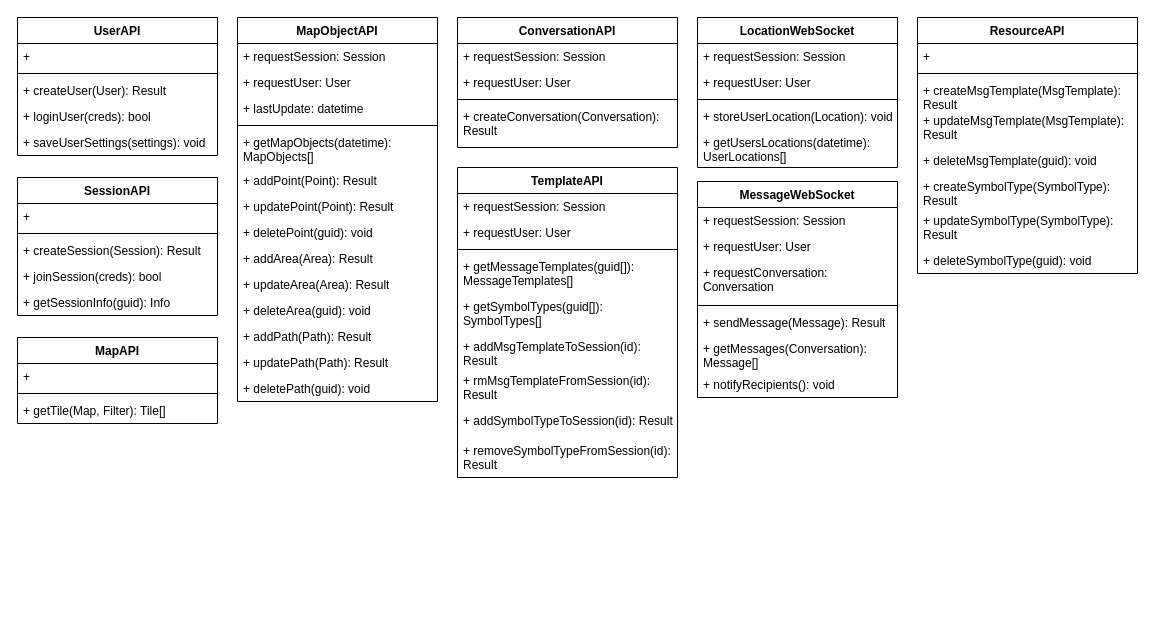
Revarin/dp24-milapp-perina keeps this draw.io diagram as doc/design/server_api.drawio. Above is the earlier version. Source tidied: cells renumbered, new cells numbered last; positions are measured from the earlier drawing's top-left corner, leaving out a move shared by most shapes. Both pictures are drawn from the tidied source at 100%, with x=0, y=0 at pixel (17, 17).
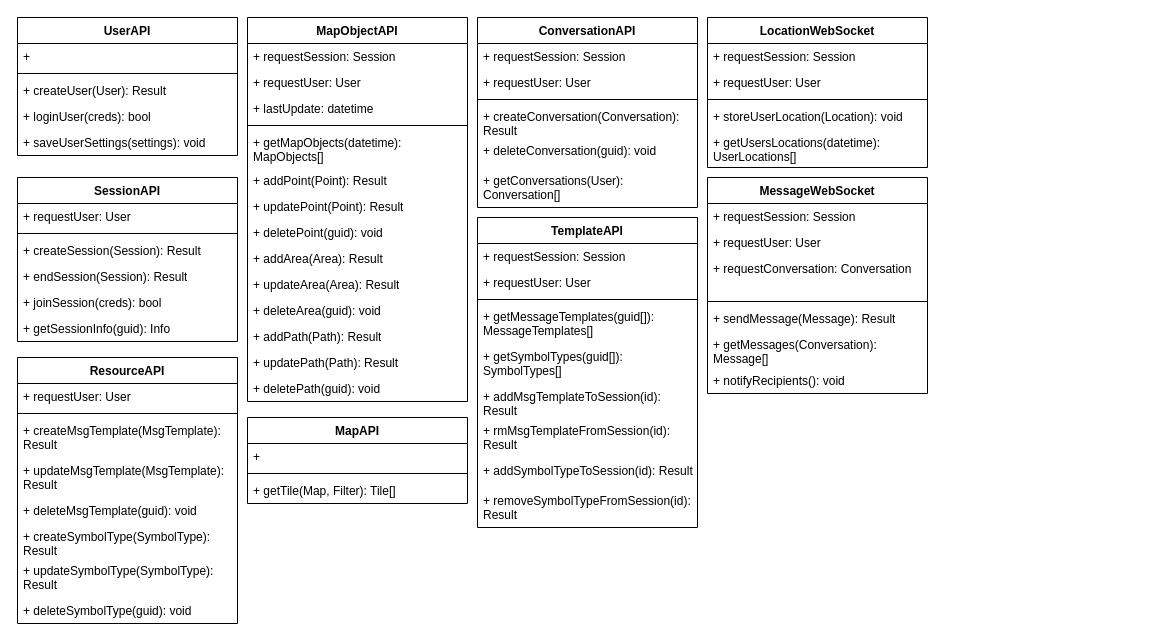
The same page after the edit.

Diff of the diagram source:
```diff
@@
     <mxCell id="2" value="SessionAPI" style="swimlane;fontStyle=1;align=center;verticalAlign=top;horizontal=1;startSize=26;whiteSpace=wrap;html=1;" parent="1" vertex="1">
-      <mxGeometry y="160" width="200" height="138" as="geometry" />
+      <mxGeometry y="160" width="220" height="164" as="geometry" />
     </mxCell>
-    <mxCell id="3" value="+&amp;nbsp;" style="text;strokeColor=none;fillColor=none;align=left;verticalAlign=top;spacingLeft=4;spacingRight=4;overflow=hidden;whiteSpace=wrap;html=1;" parent="2" vertex="1">
-      <mxGeometry y="26" width="200" height="26" as="geometry" />
+    <mxCell id="3" value="+ requestUser: User" style="text;strokeColor=none;fillColor=none;align=left;verticalAlign=top;spacingLeft=4;spacingRight=4;overflow=hidden;whiteSpace=wrap;html=1;" parent="2" vertex="1">
+      <mxGeometry y="26" width="220" height="26" as="geometry" />
     </mxCell>
     <mxCell id="4" style="line;strokeWidth=1;fillColor=none;align=left;verticalAlign=middle;spacingTop=-1;spacingLeft=3;spacingRight=3;labelPosition=right;strokeColor=inherit;" parent="2" vertex="1">
-      <mxGeometry y="52" width="200" height="8" as="geometry" />
+      <mxGeometry y="52" width="220" height="8" as="geometry" />
     </mxCell>
     <mxCell id="5" value="+ createSession(Session): Result" style="text;strokeColor=none;fillColor=none;align=left;verticalAlign=top;spacingLeft=4;spacingRight=4;overflow=hidden;whiteSpace=wrap;html=1;" parent="2" vertex="1">
-      <mxGeometry y="60" width="200" height="26" as="geometry" />
+      <mxGeometry y="60" width="220" height="26" as="geometry" />
     </mxCell>
+    <mxCell id="71" value="+ endSession(Session): Result" style="text;strokeColor=none;fillColor=none;align=left;verticalAlign=top;spacingLeft=4;spacingRight=4;overflow=hidden;whiteSpace=wrap;html=1;" parent="2" vertex="1">
+      <mxGeometry y="86" width="220" height="26" as="geometry" />
+    </mxCell>
     <mxCell id="6" value="+ joinSession(creds): bool" style="text;strokeColor=none;fillColor=none;align=left;verticalAlign=top;spacingLeft=4;spacingRight=4;overflow=hidden;whiteSpace=wrap;html=1;" parent="2" vertex="1">
-      <mxGeometry y="86" width="200" height="26" as="geometry" />
+      <mxGeometry y="112" width="220" height="26" as="geometry" />
     </mxCell>
     <mxCell id="7" value="+ getSessionInfo(guid): Info" style="text;strokeColor=none;fillColor=none;align=left;verticalAlign=top;spacingLeft=4;spacingRight=4;overflow=hidden;whiteSpace=wrap;html=1;" parent="2" vertex="1">
-      <mxGeometry y="112" width="200" height="26" as="geometry" />
+      <mxGeometry y="138" width="220" height="26" as="geometry" />
     </mxCell>
     <mxCell id="8" value="UserAPI" style="swimlane;fontStyle=1;align=center;verticalAlign=top;horizontal=1;startSize=26;whiteSpace=wrap;html=1;" parent="1" vertex="1">
-      <mxGeometry width="200" height="138" as="geometry" />
+      <mxGeometry width="220" height="138" as="geometry" />
     </mxCell>
     <mxCell id="9" value="+&amp;nbsp;" style="text;strokeColor=none;fillColor=none;align=left;verticalAlign=top;spacingLeft=4;spacingRight=4;overflow=hidden;whiteSpace=wrap;html=1;" parent="8" vertex="1">
-      <mxGeometry y="26" width="200" height="26" as="geometry" />
+      <mxGeometry y="26" width="220" height="26" as="geometry" />
     </mxCell>
     <mxCell id="10" style="line;strokeWidth=1;fillColor=none;align=left;verticalAlign=middle;spacingTop=-1;spacingLeft=3;spacingRight=3;labelPosition=right;strokeColor=inherit;" parent="8" vertex="1">
-      <mxGeometry y="52" width="200" height="8" as="geometry" />
+      <mxGeometry y="52" width="220" height="8" as="geometry" />
     </mxCell>
     <mxCell id="11" value="+ createUser(User): Result" style="text;strokeColor=none;fillColor=none;align=left;verticalAlign=top;spacingLeft=4;spacingRight=4;overflow=hidden;whiteSpace=wrap;html=1;" parent="8" vertex="1">
-      <mxGeometry y="60" width="200" height="26" as="geometry" />
+      <mxGeometry y="60" width="220" height="26" as="geometry" />
     </mxCell>
     <mxCell id="12" value="+ loginUser(creds): bool" style="text;strokeColor=none;fillColor=none;align=left;verticalAlign=top;spacingLeft=4;spacingRight=4;overflow=hidden;whiteSpace=wrap;html=1;" parent="8" vertex="1">
-      <mxGeometry y="86" width="200" height="26" as="geometry" />
+      <mxGeometry y="86" width="220" height="26" as="geometry" />
     </mxCell>
     <mxCell id="13" value="+ saveUserSettings(settings): void" style="text;strokeColor=none;fillColor=none;align=left;verticalAlign=top;spacingLeft=4;spacingRight=4;overflow=hidden;whiteSpace=wrap;html=1;" parent="8" vertex="1">
-      <mxGeometry y="112" width="200" height="26" as="geometry" />
+      <mxGeometry y="112" width="220" height="26" as="geometry" />
     </mxCell>
     <mxCell id="14" value="LocationWebSocket" style="swimlane;fontStyle=1;align=center;verticalAlign=top;horizontal=1;startSize=26;whiteSpace=wrap;html=1;" parent="1" vertex="1">
-      <mxGeometry x="680" width="200" height="150" as="geometry" />
+      <mxGeometry x="690" width="220" height="150" as="geometry" />
     </mxCell>
     <mxCell id="15" value="+ requestSession: Session" style="text;strokeColor=none;fillColor=none;align=left;verticalAlign=top;spacingLeft=4;spacingRight=4;overflow=hidden;whiteSpace=wrap;html=1;" parent="14" vertex="1">
-      <mxGeometry y="26" width="200" height="26" as="geometry" />
+      <mxGeometry y="26" width="220" height="26" as="geometry" />
     </mxCell>
     <mxCell id="16" value="+ requestUser: User" style="text;strokeColor=none;fillColor=none;align=left;verticalAlign=top;spacingLeft=4;spacingRight=4;overflow=hidden;whiteSpace=wrap;html=1;" parent="14" vertex="1">
-      <mxGeometry y="52" width="200" height="26" as="geometry" />
+      <mxGeometry y="52" width="220" height="26" as="geometry" />
     </mxCell>
     <mxCell id="17" style="line;strokeWidth=1;fillColor=none;align=left;verticalAlign=middle;spacingTop=-1;spacingLeft=3;spacingRight=3;labelPosition=right;strokeColor=inherit;" parent="14" vertex="1">
-      <mxGeometry y="78" width="200" height="8" as="geometry" />
+      <mxGeometry y="78" width="220" height="8" as="geometry" />
     </mxCell>
     <mxCell id="18" value="+ storeUserLocation(Location): void" style="text;strokeColor=none;fillColor=none;align=left;verticalAlign=top;spacingLeft=4;spacingRight=4;overflow=hidden;whiteSpace=wrap;html=1;" parent="14" vertex="1">
-      <mxGeometry y="86" width="200" height="26" as="geometry" />
+      <mxGeometry y="86" width="220" height="26" as="geometry" />
     </mxCell>
     <mxCell id="19" value="+ getUsersLocations(datetime): UserLocations[]" style="text;strokeColor=none;fillColor=none;align=left;verticalAlign=top;spacingLeft=4;spacingRight=4;overflow=hidden;whiteSpace=wrap;html=1;" parent="14" vertex="1">
-      <mxGeometry y="112" width="200" height="38" as="geometry" />
+      <mxGeometry y="112" width="220" height="38" as="geometry" />
     </mxCell>
     <mxCell id="20" value="MapObjectAPI" style="swimlane;fontStyle=1;align=center;verticalAlign=top;horizontal=1;startSize=26;whiteSpace=wrap;html=1;" parent="1" vertex="1">
-      <mxGeometry x="220" width="200" height="384" as="geometry" />
+      <mxGeometry x="230" width="220" height="384" as="geometry" />
     </mxCell>
     <mxCell id="21" value="+ requestSession: Session" style="text;strokeColor=none;fillColor=none;align=left;verticalAlign=top;spacingLeft=4;spacingRight=4;overflow=hidden;whiteSpace=wrap;html=1;" parent="20" vertex="1">
-      <mxGeometry y="26" width="200" height="26" as="geometry" />
+      <mxGeometry y="26" width="220" height="26" as="geometry" />
     </mxCell>
     <mxCell id="22" value="+ requestUser: User" style="text;strokeColor=none;fillColor=none;align=left;verticalAlign=top;spacingLeft=4;spacingRight=4;overflow=hidden;whiteSpace=wrap;html=1;" parent="20" vertex="1">
-      <mxGeometry y="52" width="200" height="26" as="geometry" />
+      <mxGeometry y="52" width="220" height="26" as="geometry" />
     </mxCell>
     <mxCell id="23" value="+ lastUpdate: datetime" style="text;strokeColor=none;fillColor=none;align=left;verticalAlign=top;spacingLeft=4;spacingRight=4;overflow=hidden;whiteSpace=wrap;html=1;" parent="20" vertex="1">
-      <mxGeometry y="78" width="200" height="26" as="geometry" />
+      <mxGeometry y="78" width="220" height="26" as="geometry" />
     </mxCell>
     <mxCell id="24" style="line;strokeWidth=1;fillColor=none;align=left;verticalAlign=middle;spacingTop=-1;spacingLeft=3;spacingRight=3;labelPosition=right;strokeColor=inherit;" parent="20" vertex="1">
-      <mxGeometry y="104" width="200" height="8" as="geometry" />
+      <mxGeometry y="104" width="220" height="8" as="geometry" />
     </mxCell>
     <mxCell id="25" value="+ getMapObjects(datetime): MapObjects[]" style="text;strokeColor=none;fillColor=none;align=left;verticalAlign=top;spacingLeft=4;spacingRight=4;overflow=hidden;whiteSpace=wrap;html=1;" parent="20" vertex="1">
-      <mxGeometry y="112" width="200" height="38" as="geometry" />
+      <mxGeometry y="112" width="220" height="38" as="geometry" />
     </mxCell>
     <mxCell id="26" value="+ addPoint(Point): Result" style="text;strokeColor=none;fillColor=none;align=left;verticalAlign=top;spacingLeft=4;spacingRight=4;overflow=hidden;whiteSpace=wrap;html=1;" parent="20" vertex="1">
-      <mxGeometry y="150" width="200" height="26" as="geometry" />
+      <mxGeometry y="150" width="220" height="26" as="geometry" />
     </mxCell>
     <mxCell id="27" value="+ updatePoint(Point): Result" style="text;strokeColor=none;fillColor=none;align=left;verticalAlign=top;spacingLeft=4;spacingRight=4;overflow=hidden;whiteSpace=wrap;html=1;" parent="20" vertex="1">
-      <mxGeometry y="176" width="200" height="26" as="geometry" />
+      <mxGeometry y="176" width="220" height="26" as="geometry" />
     </mxCell>
     <mxCell id="28" value="+ deletePoint(guid): void" style="text;strokeColor=none;fillColor=none;align=left;verticalAlign=top;spacingLeft=4;spacingRight=4;overflow=hidden;whiteSpace=wrap;html=1;" parent="20" vertex="1">
-      <mxGeometry y="202" width="200" height="26" as="geometry" />
+      <mxGeometry y="202" width="220" height="26" as="geometry" />
     </mxCell>
     <mxCell id="29" value="+ addArea(Area): Result" style="text;strokeColor=none;fillColor=none;align=left;verticalAlign=top;spacingLeft=4;spacingRight=4;overflow=hidden;whiteSpace=wrap;html=1;" parent="20" vertex="1">
-      <mxGeometry y="228" width="200" height="26" as="geometry" />
+      <mxGeometry y="228" width="220" height="26" as="geometry" />
     </mxCell>
     <mxCell id="30" value="+ updateArea(Area): Result" style="text;strokeColor=none;fillColor=none;align=left;verticalAlign=top;spacingLeft=4;spacingRight=4;overflow=hidden;whiteSpace=wrap;html=1;" parent="20" vertex="1">
-      <mxGeometry y="254" width="200" height="26" as="geometry" />
+      <mxGeometry y="254" width="220" height="26" as="geometry" />
     </mxCell>
     <mxCell id="31" value="+ deleteArea(guid): void" style="text;strokeColor=none;fillColor=none;align=left;verticalAlign=top;spacingLeft=4;spacingRight=4;overflow=hidden;whiteSpace=wrap;html=1;" parent="20" vertex="1">
-      <mxGeometry y="280" width="200" height="26" as="geometry" />
+      <mxGeometry y="280" width="220" height="26" as="geometry" />
     </mxCell>
     <mxCell id="32" value="+ addPath(Path): Result" style="text;strokeColor=none;fillColor=none;align=left;verticalAlign=top;spacingLeft=4;spacingRight=4;overflow=hidden;whiteSpace=wrap;html=1;" parent="20" vertex="1">
-      <mxGeometry y="306" width="200" height="26" as="geometry" />
+      <mxGeometry y="306" width="220" height="26" as="geometry" />
     </mxCell>
     <mxCell id="33" value="+ updatePath(Path): Result" style="text;strokeColor=none;fillColor=none;align=left;verticalAlign=top;spacingLeft=4;spacingRight=4;overflow=hidden;whiteSpace=wrap;html=1;" parent="20" vertex="1">
-      <mxGeometry y="332" width="200" height="26" as="geometry" />
+      <mxGeometry y="332" width="220" height="26" as="geometry" />
     </mxCell>
     <mxCell id="34" value="+ deletePath(guid): void" style="text;strokeColor=none;fillColor=none;align=left;verticalAlign=top;spacingLeft=4;spacingRight=4;overflow=hidden;whiteSpace=wrap;html=1;" parent="20" vertex="1">
-      <mxGeometry y="358" width="200" height="26" as="geometry" />
+      <mxGeometry y="358" width="220" height="26" as="geometry" />
     </mxCell>
     <mxCell id="35" value="ConversationAPI" style="swimlane;fontStyle=1;align=center;verticalAlign=top;horizontal=1;startSize=26;whiteSpace=wrap;html=1;" parent="1" vertex="1">
-      <mxGeometry x="440" width="220" height="130" as="geometry" />
+      <mxGeometry x="460" width="220" height="190" as="geometry" />
     </mxCell>
@@
     <mxCell id="39" value="+ createConversation(Conversation): Result" style="text;strokeColor=none;fillColor=none;align=left;verticalAlign=top;spacingLeft=4;spacingRight=4;overflow=hidden;whiteSpace=wrap;html=1;" parent="35" vertex="1">
-      <mxGeometry y="86" width="220" height="44" as="geometry" />
+      <mxGeometry y="86" width="220" height="34" as="geometry" />
     </mxCell>
+    <mxCell id="72" value="+ deleteConversation(guid): void" style="text;strokeColor=none;fillColor=none;align=left;verticalAlign=top;spacingLeft=4;spacingRight=4;overflow=hidden;whiteSpace=wrap;html=1;" parent="35" vertex="1">
+      <mxGeometry y="120" width="220" height="30" as="geometry" />
+    </mxCell>
+    <mxCell id="73" value="+ getConversations(User): Conversation[]" style="text;strokeColor=none;fillColor=none;align=left;verticalAlign=top;spacingLeft=4;spacingRight=4;overflow=hidden;whiteSpace=wrap;html=1;" parent="35" vertex="1">
+      <mxGeometry y="150" width="220" height="40" as="geometry" />
+    </mxCell>
     <mxCell id="40" value="MessageWebSocket" style="swimlane;fontStyle=1;align=center;verticalAlign=top;horizontal=1;startSize=26;whiteSpace=wrap;html=1;" parent="1" vertex="1">
-      <mxGeometry x="680" y="164" width="200" height="216" as="geometry" />
+      <mxGeometry x="690" y="160" width="220" height="216" as="geometry" />
     </mxCell>
     <mxCell id="41" value="+ requestSession: Session" style="text;strokeColor=none;fillColor=none;align=left;verticalAlign=top;spacingLeft=4;spacingRight=4;overflow=hidden;whiteSpace=wrap;html=1;" parent="40" vertex="1">
-      <mxGeometry y="26" width="200" height="26" as="geometry" />
+      <mxGeometry y="26" width="220" height="26" as="geometry" />
     </mxCell>
     <mxCell id="42" value="+ requestUser: User" style="text;strokeColor=none;fillColor=none;align=left;verticalAlign=top;spacingLeft=4;spacingRight=4;overflow=hidden;whiteSpace=wrap;html=1;" parent="40" vertex="1">
-      <mxGeometry y="52" width="200" height="26" as="geometry" />
+      <mxGeometry y="52" width="220" height="26" as="geometry" />
     </mxCell>
     <mxCell id="43" value="+ requestConversation: Conversation" style="text;strokeColor=none;fillColor=none;align=left;verticalAlign=top;spacingLeft=4;spacingRight=4;overflow=hidden;whiteSpace=wrap;html=1;" parent="40" vertex="1">
-      <mxGeometry y="78" width="200" height="42" as="geometry" />
+      <mxGeometry y="78" width="220" height="42" as="geometry" />
     </mxCell>
     <mxCell id="44" style="line;strokeWidth=1;fillColor=none;align=left;verticalAlign=middle;spacingTop=-1;spacingLeft=3;spacingRight=3;labelPosition=right;strokeColor=inherit;" parent="40" vertex="1">
-      <mxGeometry y="120" width="200" height="8" as="geometry" />
+      <mxGeometry y="120" width="220" height="8" as="geometry" />
     </mxCell>
     <mxCell id="45" value="+ sendMessage(Message): Result" style="text;strokeColor=none;fillColor=none;align=left;verticalAlign=top;spacingLeft=4;spacingRight=4;overflow=hidden;whiteSpace=wrap;html=1;" parent="40" vertex="1">
-      <mxGeometry y="128" width="200" height="26" as="geometry" />
+      <mxGeometry y="128" width="220" height="26" as="geometry" />
     </mxCell>
     <mxCell id="46" value="+ getMessages(Conversation): Message[]" style="text;strokeColor=none;fillColor=none;align=left;verticalAlign=top;spacingLeft=4;spacingRight=4;overflow=hidden;whiteSpace=wrap;html=1;" parent="40" vertex="1">
-      <mxGeometry y="154" width="200" height="36" as="geometry" />
+      <mxGeometry y="154" width="220" height="36" as="geometry" />
     </mxCell>
     <mxCell id="47" value="+ notifyRecipients(): void" style="text;strokeColor=none;fillColor=none;align=left;verticalAlign=top;spacingLeft=4;spacingRight=4;overflow=hidden;whiteSpace=wrap;html=1;" parent="40" vertex="1">
-      <mxGeometry y="190" width="200" height="26" as="geometry" />
+      <mxGeometry y="190" width="220" height="26" as="geometry" />
     </mxCell>
     <mxCell id="48" value="MapAPI" style="swimlane;fontStyle=1;align=center;verticalAlign=top;horizontal=1;startSize=26;whiteSpace=wrap;html=1;" parent="1" vertex="1">
-      <mxGeometry y="320" width="200" height="86" as="geometry" />
+      <mxGeometry x="230" y="400" width="220" height="86" as="geometry" />
     </mxCell>
     <mxCell id="49" value="+&amp;nbsp;" style="text;strokeColor=none;fillColor=none;align=left;verticalAlign=top;spacingLeft=4;spacingRight=4;overflow=hidden;whiteSpace=wrap;html=1;" parent="48" vertex="1">
-      <mxGeometry y="26" width="200" height="26" as="geometry" />
+      <mxGeometry y="26" width="220" height="26" as="geometry" />
     </mxCell>
     <mxCell id="50" style="line;strokeWidth=1;fillColor=none;align=left;verticalAlign=middle;spacingTop=-1;spacingLeft=3;spacingRight=3;labelPosition=right;strokeColor=inherit;" parent="48" vertex="1">
-      <mxGeometry y="52" width="200" height="8" as="geometry" />
+      <mxGeometry y="52" width="220" height="8" as="geometry" />
     </mxCell>
     <mxCell id="51" value="+ getTile(Map, Filter): Tile[]" style="text;strokeColor=none;fillColor=none;align=left;verticalAlign=top;spacingLeft=4;spacingRight=4;overflow=hidden;whiteSpace=wrap;html=1;" parent="48" vertex="1">
-      <mxGeometry y="60" width="200" height="26" as="geometry" />
+      <mxGeometry y="60" width="220" height="26" as="geometry" />
     </mxCell>
     <mxCell id="52" value="TemplateAPI" style="swimlane;fontStyle=1;align=center;verticalAlign=top;horizontal=1;startSize=26;whiteSpace=wrap;html=1;" parent="1" vertex="1">
-      <mxGeometry x="440" y="150" width="220" height="310" as="geometry" />
+      <mxGeometry x="460" y="200" width="220" height="310" as="geometry" />
     </mxCell>
@@
     <mxCell id="62" value="ResourceAPI" style="swimlane;fontStyle=1;align=center;verticalAlign=top;horizontal=1;startSize=26;whiteSpace=wrap;html=1;" parent="1" vertex="1">
-      <mxGeometry x="900" width="220" height="256" as="geometry" />
+      <mxGeometry y="340" width="220" height="266" as="geometry" />
     </mxCell>
-    <mxCell id="63" value="+&amp;nbsp;" style="text;strokeColor=none;fillColor=none;align=left;verticalAlign=top;spacingLeft=4;spacingRight=4;overflow=hidden;whiteSpace=wrap;html=1;" parent="62" vertex="1">
+    <mxCell id="63" value="+ requestUser: User" style="text;strokeColor=none;fillColor=none;align=left;verticalAlign=top;spacingLeft=4;spacingRight=4;overflow=hidden;whiteSpace=wrap;html=1;" parent="62" vertex="1">
       <mxGeometry y="26" width="220" height="26" as="geometry" />
     </mxCell>
@@
     <mxCell id="65" value="+ createMsgTemplate(MsgTemplate): Result" style="text;strokeColor=none;fillColor=none;align=left;verticalAlign=top;spacingLeft=4;spacingRight=4;overflow=hidden;whiteSpace=wrap;html=1;" parent="62" vertex="1">
-      <mxGeometry y="60" width="220" height="30" as="geometry" />
+      <mxGeometry y="60" width="220" height="40" as="geometry" />
     </mxCell>
     <mxCell id="66" value="+ updateMsgTemplate(MsgTemplate): Result" style="text;strokeColor=none;fillColor=none;align=left;verticalAlign=top;spacingLeft=4;spacingRight=4;overflow=hidden;whiteSpace=wrap;html=1;" parent="62" vertex="1">
-      <mxGeometry y="90" width="220" height="40" as="geometry" />
+      <mxGeometry y="100" width="220" height="40" as="geometry" />
     </mxCell>
     <mxCell id="67" value="+ deleteMsgTemplate(guid): void" style="text;strokeColor=none;fillColor=none;align=left;verticalAlign=top;spacingLeft=4;spacingRight=4;overflow=hidden;whiteSpace=wrap;html=1;" parent="62" vertex="1">
-      <mxGeometry y="130" width="220" height="26" as="geometry" />
+      <mxGeometry y="140" width="220" height="26" as="geometry" />
     </mxCell>
     <mxCell id="68" value="+ createSymbolType(SymbolType): Result" style="text;strokeColor=none;fillColor=none;align=left;verticalAlign=top;spacingLeft=4;spacingRight=4;overflow=hidden;whiteSpace=wrap;html=1;" parent="62" vertex="1">
-      <mxGeometry y="156" width="220" height="34" as="geometry" />
+      <mxGeometry y="166" width="220" height="34" as="geometry" />
     </mxCell>
     <mxCell id="69" value="+ updateSymbolType(SymbolType): Result" style="text;strokeColor=none;fillColor=none;align=left;verticalAlign=top;spacingLeft=4;spacingRight=4;overflow=hidden;whiteSpace=wrap;html=1;" parent="62" vertex="1">
-      <mxGeometry y="190" width="220" height="40" as="geometry" />
+      <mxGeometry y="200" width="220" height="40" as="geometry" />
     </mxCell>
     <mxCell id="70" value="+ deleteSymbolType(guid): void" style="text;strokeColor=none;fillColor=none;align=left;verticalAlign=top;spacingLeft=4;spacingRight=4;overflow=hidden;whiteSpace=wrap;html=1;" parent="62" vertex="1">
-      <mxGeometry y="230" width="220" height="26" as="geometry" />
+      <mxGeometry y="240" width="220" height="26" as="geometry" />
     </mxCell>
```
